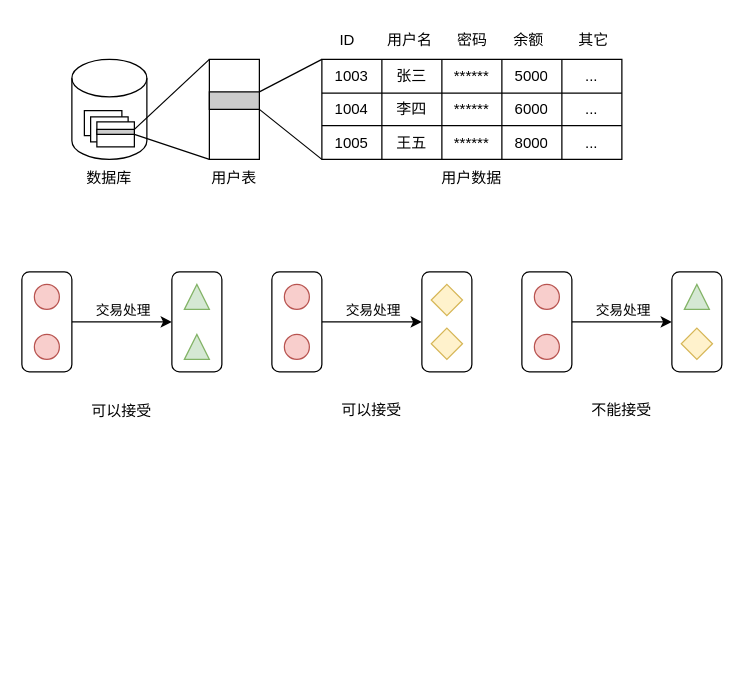
This is page "DB" (2 of 2) of draw/ch01.drawio from zxh0/blockchain-book, a draw.io file, before an edit. Source tidied: cells renumbered, new cells numbered last; positions are measured from the earlier drawing's top-left corner, leaving out a move shared by most shapes. Both pictures are drawn from the tidied source at 125%, with x=0, y=0 at pixel (21, 21).
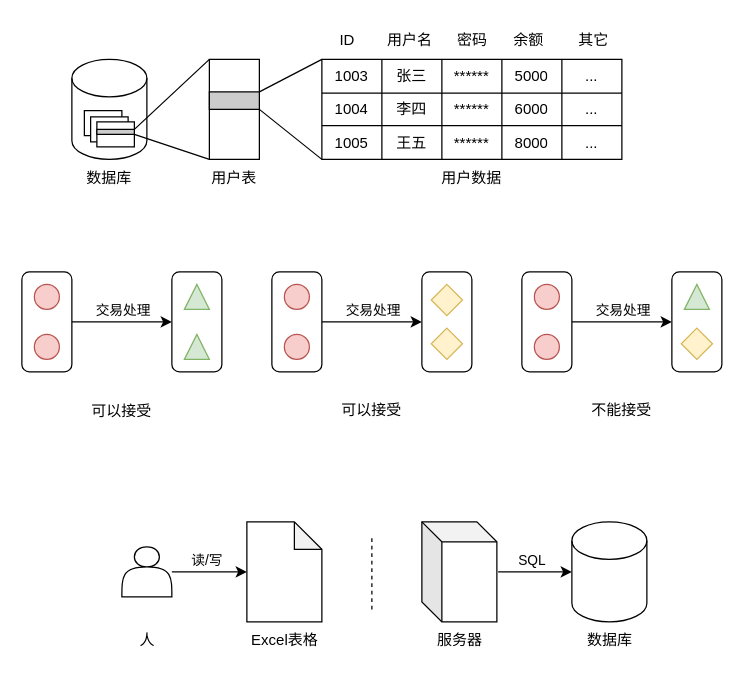
Above is the later version.

Change to the diagram source:
```diff
@@
+    <mxCell id="67" style="shape=actor;whiteSpace=wrap;html=1;" parent="1" vertex="1">
+      <mxGeometry x="80" y="420" width="40" height="40" as="geometry" />
+    </mxCell>
+    <mxCell id="68" style="shape=note;whiteSpace=wrap;html=1;backgroundOutline=1;darkOpacity=0.05;size=22;" parent="1" vertex="1">
+      <mxGeometry x="180" y="400" width="60" height="80" as="geometry" />
+    </mxCell>
+    <mxCell id="69" value="Excel表格" style="text;html=1;align=center;verticalAlign=middle;strokeColor=none;fillColor=none;" parent="1" vertex="1">
+      <mxGeometry x="170" y="480" width="80" height="30" as="geometry" />
+    </mxCell>
+    <mxCell id="70" style="edgeStyle=none;html=1;entryX=0;entryY=0.5;entryDx=0;entryDy=0;entryPerimeter=0;" parent="1" edge="1" target="68">
+      <mxGeometry relative="1" as="geometry">
+        <mxPoint x="120" y="440" as="sourcePoint" />
+      </mxGeometry>
+    </mxCell>
+    <mxCell id="71" value="读/写" style="edgeLabel;html=1;align=center;verticalAlign=middle;" parent="70" vertex="1">
+      <mxGeometry y="1" relative="1" as="geometry">
+        <mxPoint x="-3" y="-9" as="offset" />
+      </mxGeometry>
+    </mxCell>
+    <mxCell id="72" style="endArrow=none;html=1;dashed=1;" parent="1" edge="1">
+      <mxGeometry relative="1" as="geometry">
+        <mxPoint x="280" y="470" as="sourcePoint" />
+        <mxPoint x="280" y="410" as="targetPoint" />
+      </mxGeometry>
+    </mxCell>
+    <mxCell id="73" style="edgeStyle=none;html=1;exitX=1.017;exitY=0.5;exitDx=0;exitDy=0;exitPerimeter=0;" parent="1" edge="1" source="75" target="77">
+      <mxGeometry relative="1" as="geometry" />
+    </mxCell>
+    <mxCell id="74" value="SQL" style="edgeLabel;html=1;align=center;verticalAlign=middle;" parent="73" vertex="1">
+      <mxGeometry x="0.22" y="1" relative="1" as="geometry">
+        <mxPoint x="-10" y="-9" as="offset" />
+      </mxGeometry>
+    </mxCell>
+    <mxCell id="75" style="shape=cube;whiteSpace=wrap;html=1;boundedLbl=1;backgroundOutline=1;darkOpacity=0.05;darkOpacity2=0.1;size=16;" parent="1" vertex="1">
+      <mxGeometry x="320" y="400" width="60" height="80" as="geometry" />
+    </mxCell>
+    <mxCell id="76" value="服务器" style="text;html=1;align=center;verticalAlign=middle;strokeColor=none;fillColor=none;" parent="1" vertex="1">
+      <mxGeometry x="320" y="480" width="60" height="30" as="geometry" />
+    </mxCell>
+    <mxCell id="77" style="shape=cylinder3;whiteSpace=wrap;html=1;boundedLbl=1;backgroundOutline=1;size=15;" parent="1" vertex="1">
+      <mxGeometry x="440" y="400" width="60" height="80" as="geometry" />
+    </mxCell>
+    <mxCell id="78" value="数据库" style="text;html=1;align=center;verticalAlign=middle;strokeColor=none;fillColor=none;" parent="1" vertex="1">
+      <mxGeometry x="440" y="480" width="60" height="30" as="geometry" />
+    </mxCell>
+    <mxCell id="79" value="人" style="text;html=1;align=center;verticalAlign=middle;strokeColor=none;fillColor=none;" parent="1" vertex="1">
+      <mxGeometry x="80" y="480" width="40" height="30" as="geometry" />
+    </mxCell>
```
